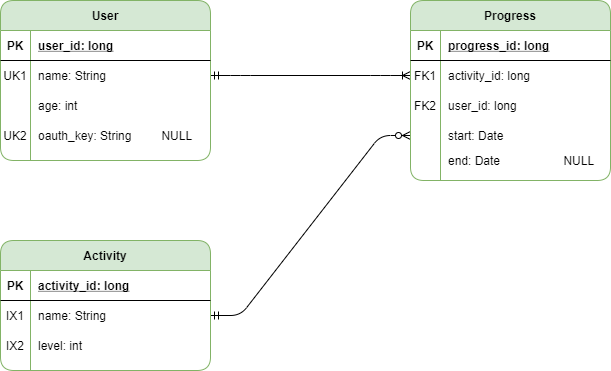
This is docs/img/erd.png from anhristian/play-numbers, a draw.io export, as it was before one commit. Source tidied: cells renumbered, new cells last; positions are measured from the earlier drawing's top-left corner, leaving out a move shared by most shapes.
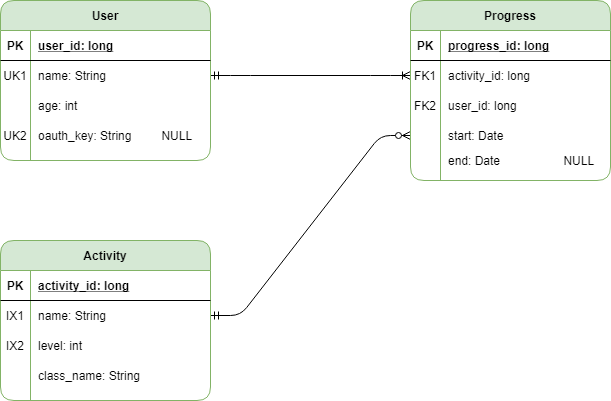
The same file after the commit.

Commit message:
Updated index file & erd.

Change to the diagram source:
```diff
@@ -12,7 +12,7 @@
       <mxGeometry relative="1" as="geometry" />
     </mxCell>
     <mxCell id="5" value="Activity" style="shape=table;startSize=30;rowLines=0;fontStyle=1;align=center;fillColor=#d5e8d4;strokeColor=#82b366;rounded=1;" parent="1" vertex="1">
-      <mxGeometry y="240" width="210" height="130" as="geometry" />
+      <mxGeometry y="240" width="210" height="160" as="geometry" />
     </mxCell>
     <mxCell id="6" style="shape=partialRectangle;fillColor=none;top=0;left=0;bottom=1;right=0;" parent="5" vertex="1">
       <mxGeometry y="30" width="210" height="30" as="geometry" />
@@ -119,5 +119,8 @@
     <mxCell id="40" value="start: Date" style="shape=partialRectangle;fillColor=none;top=0;left=0;bottom=0;right=0;align=left;spacingLeft=6;overflow=hidden;" parent="38" vertex="1">
       <mxGeometry x="30" width="170" height="30" as="geometry" />
     </mxCell>
+    <mxCell id="41" value="class_name: String" style="shape=partialRectangle;fillColor=none;top=0;left=0;bottom=0;right=0;align=left;spacingLeft=6;overflow=hidden;" parent="1" vertex="1">
+      <mxGeometry x="30" y="360" width="180" height="30" as="geometry" />
+    </mxCell>
   </root>
 </mxGraphModel>
```
